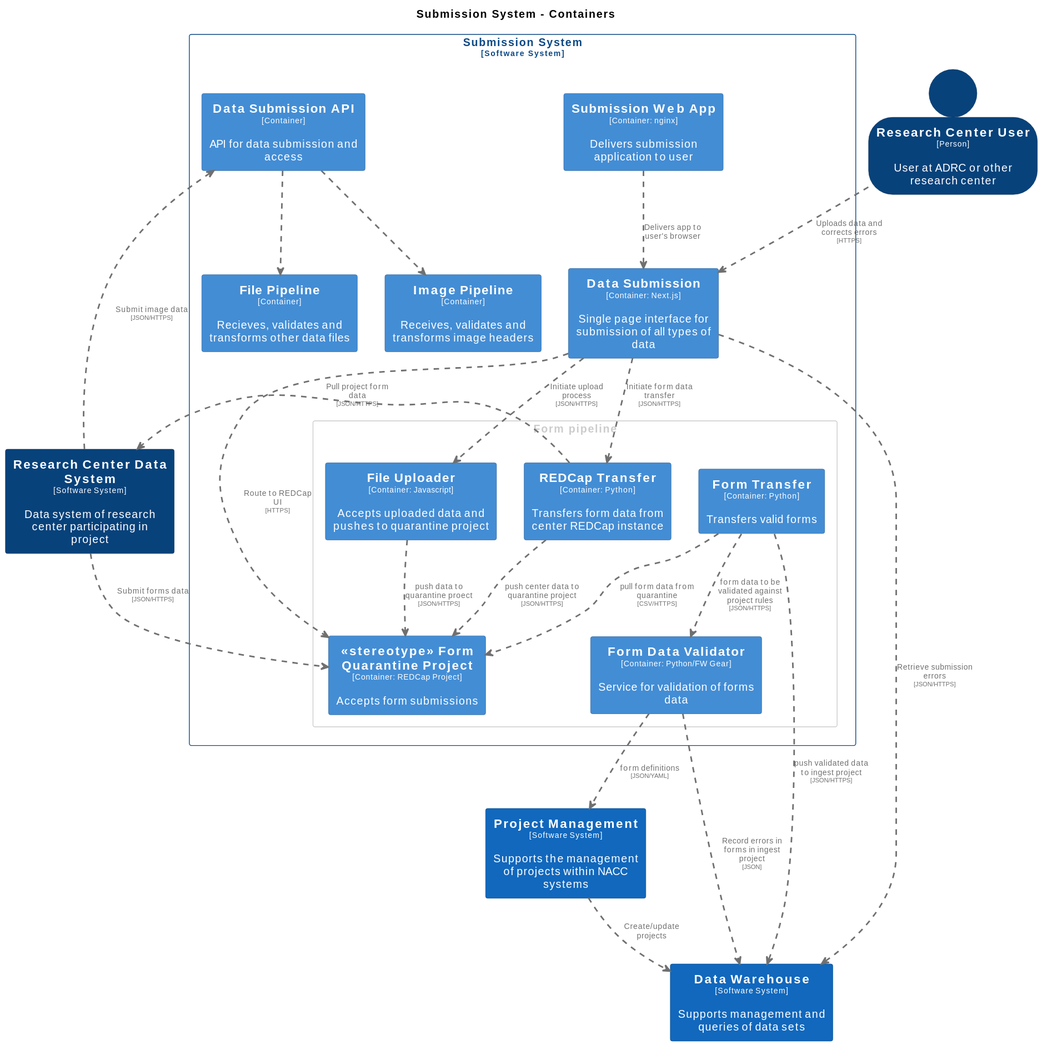
This is docs/images/structurizr-SubmissionContainers.svg from naccdata/system-design, a PlantUML export, as it was before one commit.
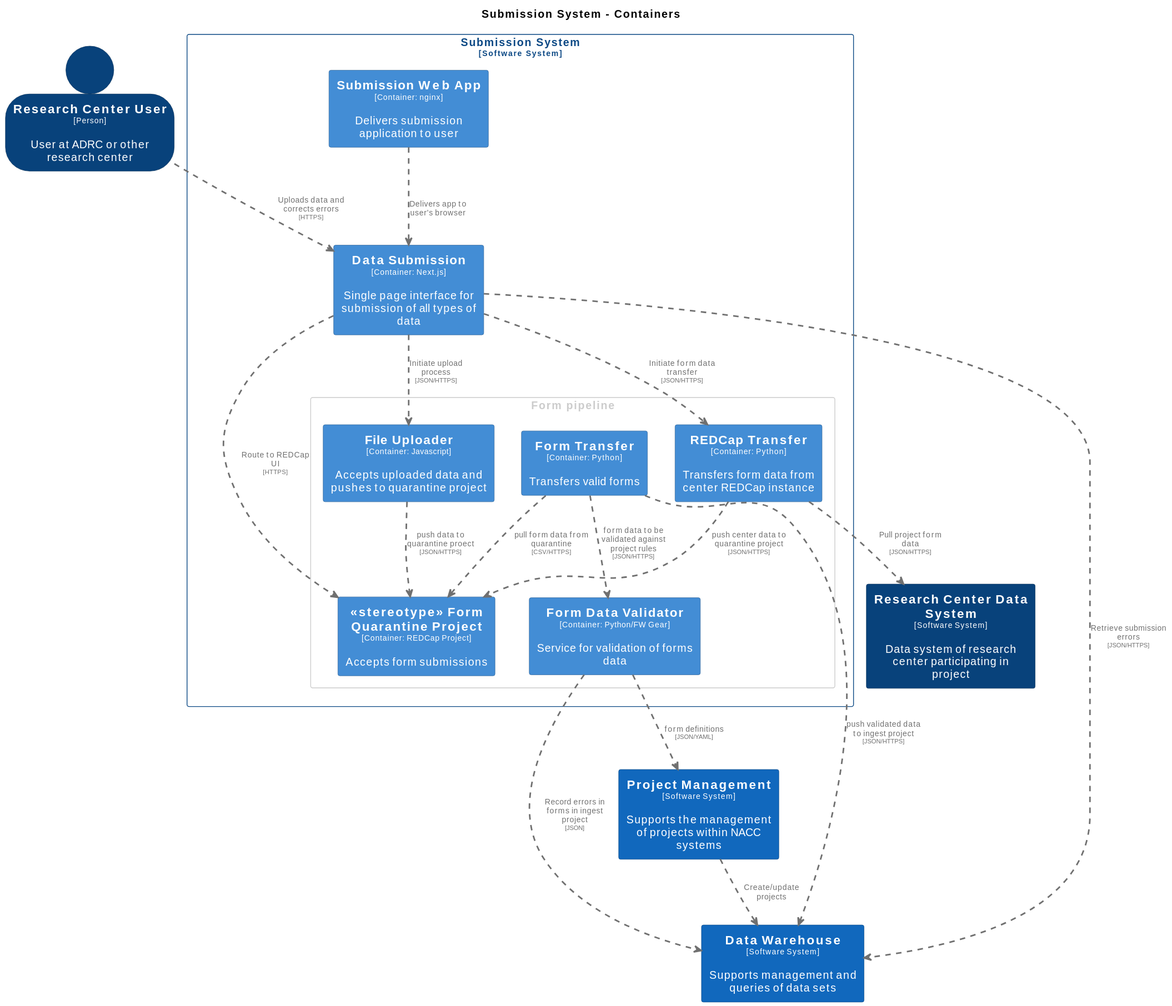
After the commit.

Diff of the diagram source:
```diff
@@ -24,20 +24,10 @@
   FontColor #ffffff
   BorderColor #2e6295
 }
-skinparam rectangle<<SubmissionSystem.DataSubmissionAPI>> {
-  BackgroundColor #438dd5
-  FontColor #ffffff
-  BorderColor #2e6295
-}
 skinparam rectangle<<DataWarehouse>> {
   BackgroundColor #1168bd
   FontColor #ffffff
   BorderColor #0b4884
-}
-skinparam rectangle<<SubmissionSystem.FilePipeline>> {
-  BackgroundColor #438dd5
-  FontColor #ffffff
-  BorderColor #2e6295
 }
 skinparam rectangle<<SubmissionSystem.FileUploader>> {
   BackgroundColor #438dd5
@@ -50,11 +40,6 @@
   BorderColor #2e6295
 }
 skinparam rectangle<<SubmissionSystem.FormTransfer>> {
-  BackgroundColor #438dd5
-  FontColor #ffffff
-  BorderColor #2e6295
-}
-skinparam rectangle<<SubmissionSystem.ImagePipeline>> {
   BackgroundColor #438dd5
   FontColor #ffffff
   BorderColor #2e6295
@@ -85,10 +70,10 @@
   BorderColor #2e6295
 }
 
+person "==Research Center User\n<size:10>[Person]</size>\n\nUser at ADRC or other research center" <<ResearchCenterUser>> as ResearchCenterUser
+rectangle "==Data Warehouse\n<size:10>[Software System]</size>\n\nSupports management and queries of data sets" <<DataWarehouse>> as DataWarehouse
 rectangle "==Project Management\n<size:10>[Software System]</size>\n\nSupports the management of projects within NACC systems" <<ProjectManagement>> as ProjectManagement
-person "==Research Center User\n<size:10>[Person]</size>\n\nUser at ADRC or other research center" <<ResearchCenterUser>> as ResearchCenterUser
 rectangle "==Research Center Data System\n<size:10>[Software System]</size>\n\nData system of research center participating in project" <<ResearchCenterDataSystem>> as ResearchCenterDataSystem
-rectangle "==Data Warehouse\n<size:10>[Software System]</size>\n\nSupports management and queries of data sets" <<DataWarehouse>> as DataWarehouse
 
 rectangle "Submission System\n<size:10>[Software System]</size>" <<SubmissionSystem>> {
   skinparam RectangleBorderColor<<SubmissionSystem>> #0b4884
@@ -105,17 +90,11 @@
     rectangle "==File Uploader\n<size:10>[Container: Javascript]</size>\n\nAccepts uploaded data and pushes to quarantine project" <<SubmissionSystem.FileUploader>> as SubmissionSystem.FileUploader
   }
 
-  rectangle "==Image Pipeline\n<size:10>[Container]</size>\n\nReceives, validates and transforms image headers" <<SubmissionSystem.ImagePipeline>> as SubmissionSystem.ImagePipeline
-  rectangle "==File Pipeline\n<size:10>[Container]</size>\n\nRecieves, validates and transforms other data files" <<SubmissionSystem.FilePipeline>> as SubmissionSystem.FilePipeline
-  rectangle "==Data Submission API\n<size:10>[Container]</size>\n\nAPI for data submission and access" <<SubmissionSystem.DataSubmissionAPI>> as SubmissionSystem.DataSubmissionAPI
   rectangle "==Data Submission\n<size:10>[Container: Next.js]</size>\n\nSingle page interface for submission of all types of data" <<SubmissionSystem.DataSubmission>> as SubmissionSystem.DataSubmission
   rectangle "==Submission Web App\n<size:10>[Container: nginx]</size>\n\nDelivers submission application to user" <<SubmissionSystem.SubmissionWebApp>> as SubmissionSystem.SubmissionWebApp
 }
 
-SubmissionSystem.SubmissionWebApp .[#707070,thickness=2].> SubmissionSystem.DataSubmission : "<color:#707070>Delivers app to user's browser"
 ResearchCenterUser .[#707070,thickness=2].> SubmissionSystem.DataSubmission : "<color:#707070>Uploads data and corrects errors\n<color:#707070><size:8>[HTTPS]</size>"
-ResearchCenterDataSystem .[#707070,thickness=2].> SubmissionSystem.stereotypeFormQuarantineProject : "<color:#707070>Submit forms data\n<color:#707070><size:8>[JSON/HTTPS]</size>"
-ResearchCenterDataSystem .[#707070,thickness=2].> SubmissionSystem.DataSubmissionAPI : "<color:#707070>Submit image data\n<color:#707070><size:8>[JSON/HTTPS]</size>"
 SubmissionSystem.REDCapTransfer .[#707070,thickness=2].> ResearchCenterDataSystem : "<color:#707070>Pull project form data\n<color:#707070><size:8>[JSON/HTTPS]</size>"
 ProjectManagement .[#707070,thickness=2].> DataWarehouse : "<color:#707070>Create/update projects"
 SubmissionSystem.FormDataValidator .[#707070,thickness=2].> DataWarehouse : "<color:#707070>Record errors in forms in ingest project\n<color:#707070><size:8>[JSON]</size>"
@@ -125,10 +104,9 @@
 SubmissionSystem.FormTransfer .[#707070,thickness=2].> DataWarehouse : "<color:#707070>push validated data to ingest project\n<color:#707070><size:8>[JSON/HTTPS]</size>"
 SubmissionSystem.REDCapTransfer .[#707070,thickness=2].> SubmissionSystem.stereotypeFormQuarantineProject : "<color:#707070>push center data to quarantine project\n<color:#707070><size:8>[JSON/HTTPS]</size>"
 SubmissionSystem.FileUploader .[#707070,thickness=2].> SubmissionSystem.stereotypeFormQuarantineProject : "<color:#707070>push data to quarantine proect\n<color:#707070><size:8>[JSON/HTTPS]</size>"
-SubmissionSystem.DataSubmissionAPI .[#707070,thickness=2].> SubmissionSystem.FilePipeline : "<color:#707070>"
-SubmissionSystem.DataSubmissionAPI .[#707070,thickness=2].> SubmissionSystem.ImagePipeline : "<color:#707070>"
 SubmissionSystem.DataSubmission .[#707070,thickness=2].> SubmissionSystem.REDCapTransfer : "<color:#707070>Initiate form data transfer\n<color:#707070><size:8>[JSON/HTTPS]</size>"
 SubmissionSystem.DataSubmission .[#707070,thickness=2].> SubmissionSystem.stereotypeFormQuarantineProject : "<color:#707070>Route to REDCap UI\n<color:#707070><size:8>[HTTPS]</size>"
 SubmissionSystem.DataSubmission .[#707070,thickness=2].> SubmissionSystem.FileUploader : "<color:#707070>Initiate upload process\n<color:#707070><size:8>[JSON/HTTPS]</size>"
 SubmissionSystem.DataSubmission .[#707070,thickness=2].> DataWarehouse : "<color:#707070>Retrieve submission errors\n<color:#707070><size:8>[JSON/HTTPS]</size>"
+SubmissionSystem.SubmissionWebApp .[#707070,thickness=2].> SubmissionSystem.DataSubmission : "<color:#707070>Delivers app to user's browser"
 @enduml
```
